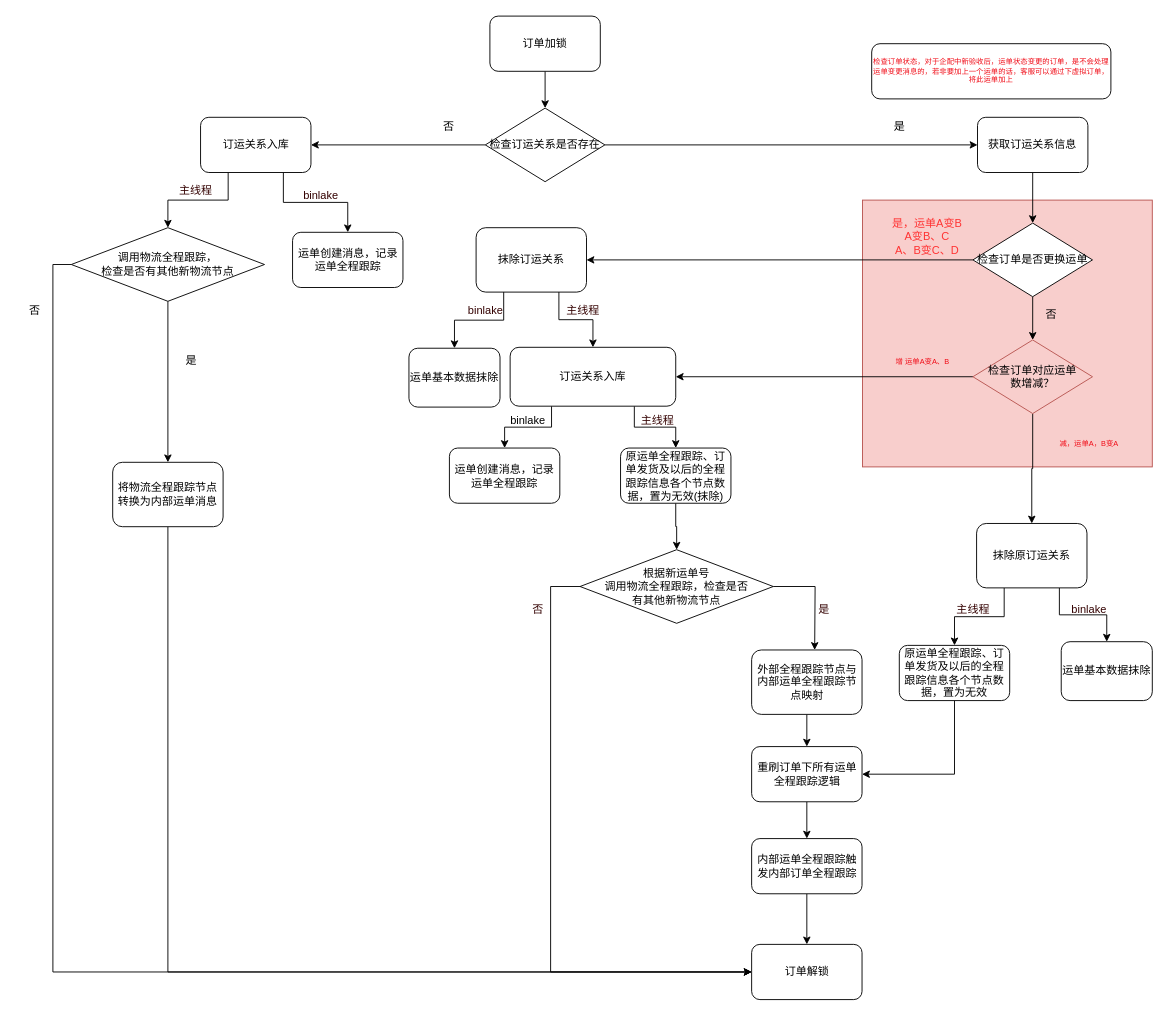
lixintao03/lixintao.github.io keeps this draw.io diagram as page "订运关系落库" (34 of 36) of Untitled Diagram.drawio. Above is the earlier version. Source tidied: cells renumbered, new cells numbered last; positions are measured from the earlier drawing's top-left corner, leaving out a move shared by most shapes. Both pictures are drawn from the tidied source at 92%, with x=0, y=0 at pixel (16, 16).
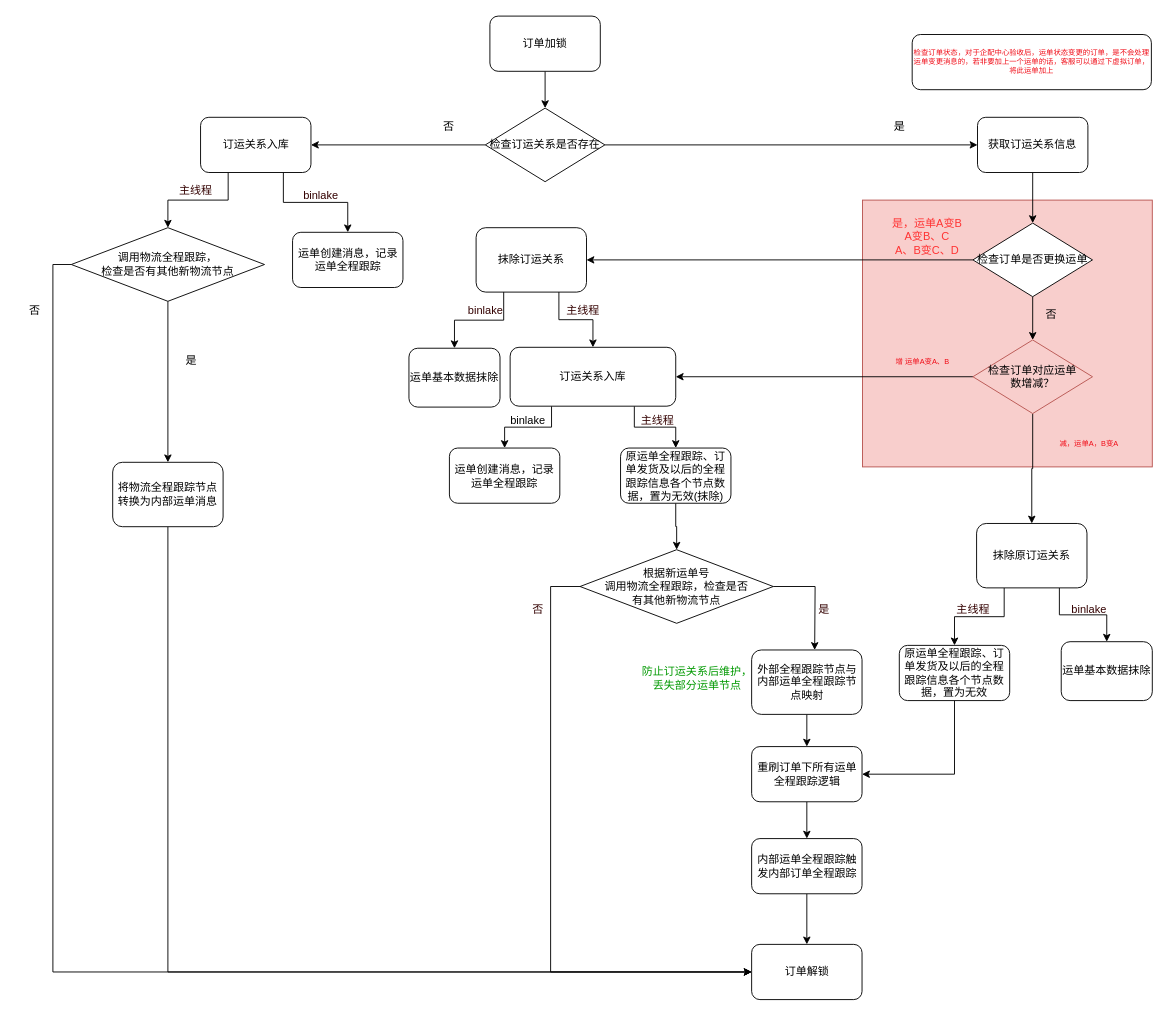
The same diagram, later.

What changed in the source:
```diff
@@
-    <mxCell id="37" value="检查订单状态，对于企配中新验收后，运单状态变更的订单，是不会处理运单变更消息的，若非要加上一个运单的话，客服可以通过下虚拟订单，将此运单加上" style="rounded=1;whiteSpace=wrap;html=1;fontSize=8;fontColor=#f00a15;" parent="1" vertex="1">
-      <mxGeometry x="930" y="30" width="260" height="60" as="geometry" />
+    <mxCell id="37" value="检查订单状态，对于企配中心验收后，运单状态变更的订单，是不会处理运单变更消息的，若非要加上一个运单的话，客服可以通过下虚拟订单，将此运单加上" style="rounded=1;whiteSpace=wrap;html=1;fontSize=8;fontColor=#f00a15;" parent="1" vertex="1">
+      <mxGeometry x="974" y="20" width="260" height="60" as="geometry" />
     </mxCell>
@@
+    <mxCell id="70" value="&lt;font color=&quot;#009900&quot;&gt;防止订运关系后维护，&lt;br&gt;丢失部分运单节点&lt;/font&gt;" style="text;html=1;align=center;verticalAlign=middle;strokeColor=none;fillColor=none;fontColor=#330000;" parent="1" vertex="1">
+      <mxGeometry x="670" y="700" width="140" height="40" as="geometry" />
+    </mxCell>
```
